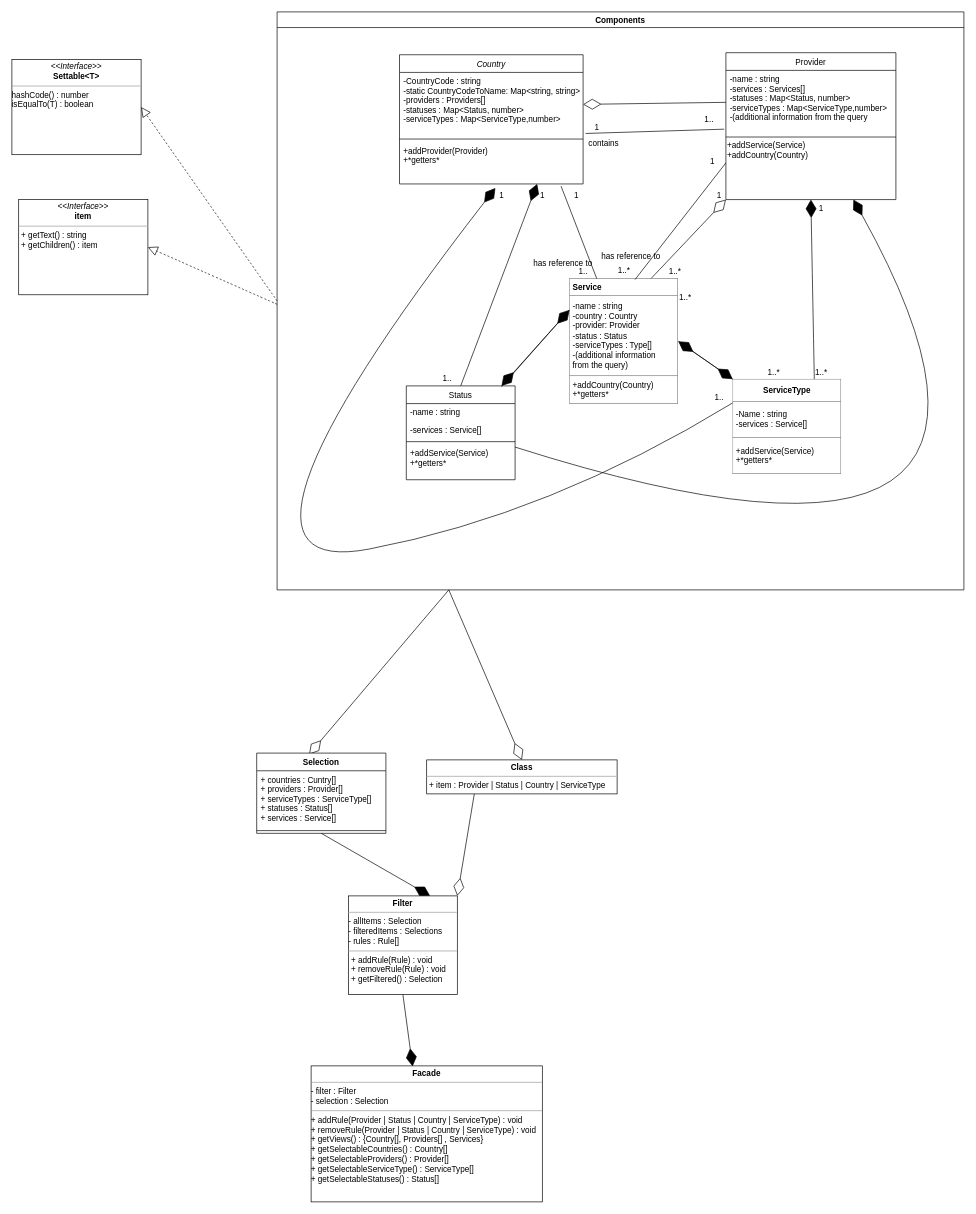
This is documentation/class design model/class model diagram.drawio from Geostartico/Trusted-list-browser, a draw.io file, before an edit. Source tidied: cells renumbered, new cells numbered last; positions are measured from the earlier drawing's top-left corner, leaving out a move shared by most shapes. Both pictures are drawn from the tidied source at 68%, with x=0, y=0 at pixel (12, 12).
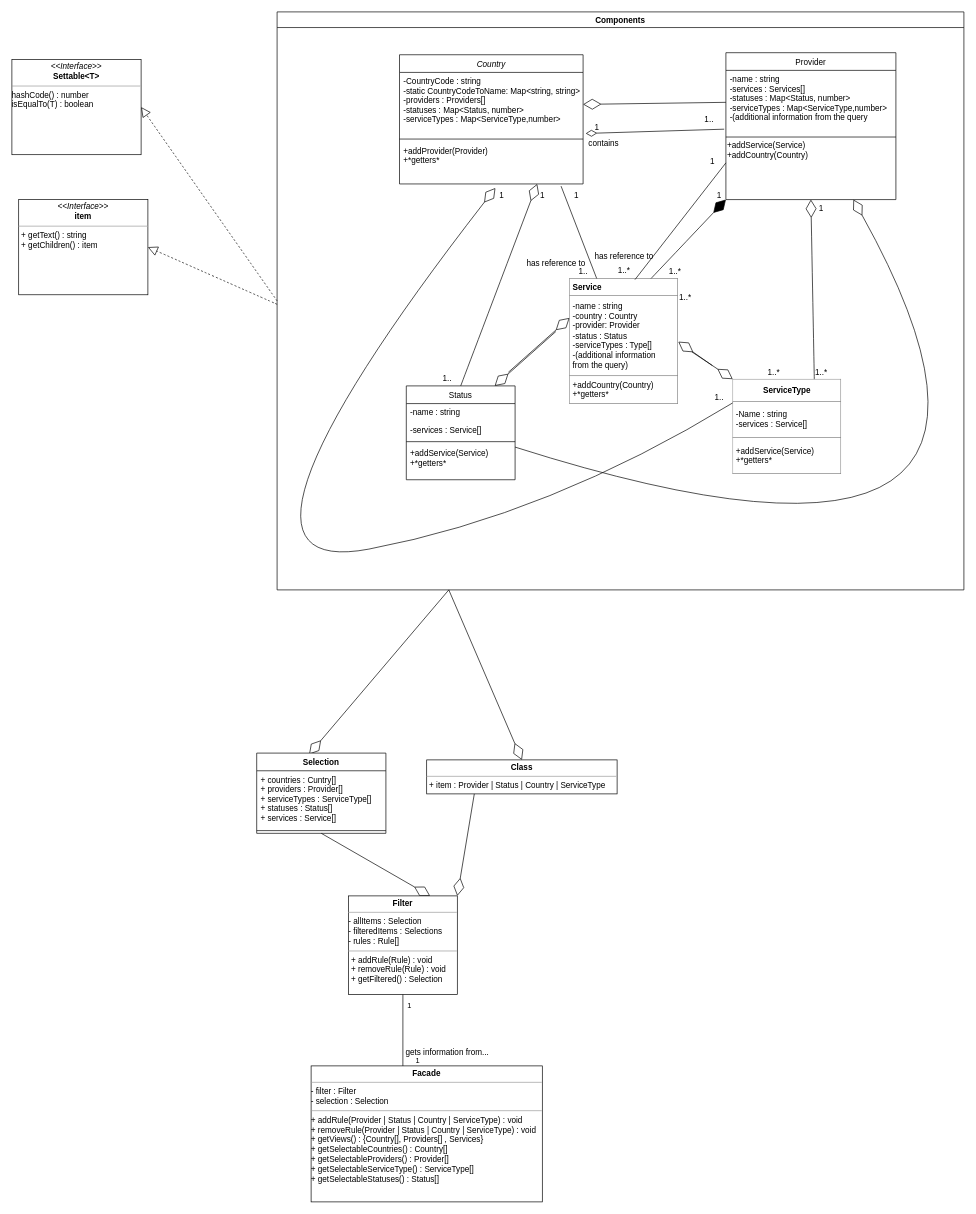
Above is the later version.

Unchanged cells that the change refers to:
```xml
<mxCell id="2" value="Country" style="swimlane;fontStyle=2;align=center;verticalAlign=top;horizontal=1;startSize=26;rounded=0;shadow=0;strokeWidth=1;" parent="1" vertex="1">
  <mxGeometry x="570" y="63" width="270" height="190" as="geometry" />
</mxCell>
<mxCell id="3" value="-CountryCode : string&#10;-static CountryCodeToName: Map&lt;string, string&gt;&#10;-providers : Providers[]&#10;-statuses : Map&lt;Status, number&gt;&#10;-serviceTypes : Map&lt;ServiceType,number&gt;&#10;&#10;" style="text;align=left;verticalAlign=top;spacingLeft=4;spacingRight=4;overflow=hidden;points=[[0,0.5],[1,0.5]];portConstraint=eastwest;" parent="2" vertex="1">
  <mxGeometry y="26" width="270" height="94" as="geometry" />
</mxCell>
<mxCell id="6" value="Status" style="swimlane;fontStyle=0;align=center;verticalAlign=top;horizontal=1;startSize=26;rounded=0;shadow=0;strokeWidth=1;" parent="1" vertex="1">
  <mxGeometry x="580" y="550" width="160" height="138" as="geometry" />
</mxCell>
<mxCell id="10" value="+addService(Service)&#10;+*getters*&#10;" style="text;align=left;verticalAlign=top;spacingLeft=4;spacingRight=4;overflow=hidden;points=[[0,0.5],[1,0.5]];portConstraint=eastwest;fontStyle=0;" parent="6" vertex="1">
  <mxGeometry y="86" width="160" height="44" as="geometry" />
</mxCell>
<mxCell id="11" value="Provider" style="swimlane;fontStyle=0;align=center;verticalAlign=top;horizontal=1;startSize=26;rounded=0;shadow=0;strokeWidth=1;" parent="1" vertex="1">
  <mxGeometry x="1050" y="60" width="250" height="216" as="geometry" />
</mxCell>
<mxCell id="12" value="-name : string &#10;-services : Services[]&#10;-statuses : Map&lt;Status, number&gt;&#10;-serviceTypes : Map&lt;ServiceType,number&gt;&#10;-(additional information from the query&#10;" style="text;align=left;verticalAlign=top;spacingLeft=4;spacingRight=4;overflow=hidden;points=[[0,0.5],[1,0.5]];portConstraint=eastwest;" parent="11" vertex="1">
  <mxGeometry y="26" width="250" height="94" as="geometry" />
</mxCell>
<mxCell id="15" value="&lt;table style=&quot;width:100%;height:100%;border-collapse:collapse;&quot; width=&quot;100%&quot; height=&quot;100%&quot; cellpadding=&quot;4&quot; border=&quot;1&quot;&gt;&lt;tbody&gt;&lt;tr&gt;&lt;th&gt;Service&lt;/th&gt;&lt;/tr&gt;&lt;tr&gt;&lt;td&gt;-name : string&lt;br&gt;-country : Country&lt;br&gt;-provider: Provider &lt;br&gt;-status : Status&lt;br&gt;-serviceTypes : Type[]&lt;br&gt;-(additional information&lt;br&gt;from the query)&lt;br&gt;&lt;/td&gt;&lt;/tr&gt;&lt;tr&gt;&lt;td&gt;+addCountry(Country)&lt;br&gt;+*getters*&lt;br&gt;&lt;/td&gt;&lt;/tr&gt;&lt;/tbody&gt;&lt;/table&gt;" style="text;html=1;strokeColor=none;fillColor=none;overflow=fill;hachureGap=4;align=left;" parent="1" vertex="1">
  <mxGeometry x="820" y="392" width="160" height="185" as="geometry" />
</mxCell>
<mxCell id="16" value="&lt;table style=&quot;width:100%;height:100%;border-collapse:collapse;&quot; width=&quot;100%&quot; height=&quot;100%&quot; cellpadding=&quot;4&quot; border=&quot;1&quot;&gt;&lt;tbody&gt;&lt;tr&gt;&lt;th align=&quot;center&quot;&gt;ServiceType&lt;br&gt;&lt;/th&gt;&lt;/tr&gt;&lt;tr&gt;&lt;td&gt;-Name : string&lt;br&gt;&lt;div align=&quot;left&quot;&gt;-services : Service[]&lt;/div&gt;&lt;/td&gt;&lt;/tr&gt;&lt;tr&gt;&lt;td&gt;+addService(Service)&lt;br&gt;+*getters*&lt;br&gt;&lt;/td&gt;&lt;/tr&gt;&lt;/tbody&gt;&lt;/table&gt;" style="text;html=1;strokeColor=none;fillColor=none;overflow=fill;hachureGap=4;" parent="1" vertex="1">
  <mxGeometry x="1060" y="540" width="160" height="140" as="geometry" />
</mxCell>
<mxCell id="22" value="1" style="text;html=1;align=center;verticalAlign=middle;points=[];strokeColor=none;fillColor=none;hachureGap=4;" parent="1" vertex="1">
  <mxGeometry x="710" y="260" width="20" height="20" as="geometry" />
</mxCell>
<mxCell id="31" value="Components" style="swimlane;hachureGap=4;startSize=23;" parent="1" vertex="1">
  <mxGeometry x="390" width="1010" height="850" as="geometry" />
</mxCell>
<mxCell id="55" value="Selection" style="swimlane;fontStyle=1;align=center;verticalAlign=top;horizontal=1;startSize=26;hachureGap=4;" parent="1" vertex="1">
  <mxGeometry x="360" y="1090" width="190" height="118" as="geometry" />
</mxCell>
<mxCell id="59" value="&lt;p style=&quot;margin:0px;margin-top:4px;text-align:center;&quot;&gt;&lt;b&gt;Filter&lt;/b&gt;&lt;br&gt;&lt;/p&gt;&lt;hr size=&quot;1&quot;&gt;&lt;div&gt;- allItems : Selection&lt;/div&gt;&lt;div&gt;- filteredItems : Selections&lt;/div&gt;&lt;div&gt;- rules : Rule[]&lt;br&gt;&lt;/div&gt;&lt;hr size=&quot;1&quot;&gt;&lt;p style=&quot;margin:0px;margin-left:4px;&quot;&gt;+ addRule(Rule) : void&lt;br&gt;&lt;/p&gt;&lt;p style=&quot;margin:0px;margin-left:4px;&quot;&gt;+ removeRule(Rule) : void&lt;/p&gt;&lt;p style=&quot;margin:0px;margin-left:4px;&quot;&gt;+ getFiltered() : Selection&lt;br&gt;&lt;/p&gt;" style="verticalAlign=top;align=left;overflow=fill;fontSize=12;fontFamily=Helvetica;html=1;hachureGap=4;" parent="1" vertex="1">
  <mxGeometry x="495" y="1300" width="160" height="145" as="geometry" />
</mxCell>
<mxCell id="63" value="&lt;p style=&quot;margin:0px;margin-top:4px;text-align:center;&quot;&gt;&lt;b&gt;Facade&lt;/b&gt;&lt;br&gt;&lt;/p&gt;&lt;hr size=&quot;1&quot;&gt;&lt;div&gt;- filter : Filter&lt;/div&gt;&lt;div&gt;- selection : Selection&lt;br&gt;&lt;/div&gt;&lt;hr size=&quot;1&quot;&gt;&lt;div&gt;+ addRule(Provider | Status | Country | ServiceType) : void&lt;br&gt;&lt;/div&gt;&lt;div&gt;+ removeRule(Provider | Status | Country | ServiceType) : void&lt;br&gt;&lt;/div&gt;&lt;div&gt;+ getViews() : {Country[], Providers[] , Services}&lt;/div&gt;&lt;div&gt;+ getSelectableCountries() : Country[]&lt;/div&gt;&lt;div&gt;&lt;div&gt;+ getSelectableProviders() : Provider[]&lt;/div&gt;&lt;div&gt;&lt;div&gt;+ getSelectableServiceType() : ServiceType[]&lt;/div&gt;&lt;div&gt;&lt;div&gt;+ getSelectableStatuses() : Status[]&lt;/div&gt;&lt;/div&gt;&lt;/div&gt;&lt;/div&gt;&lt;div&gt;&lt;br&gt; &lt;/div&gt;&lt;div&gt;&lt;br&gt;&lt;/div&gt;" style="verticalAlign=top;align=left;overflow=fill;fontSize=12;fontFamily=Helvetica;html=1;hachureGap=4;" parent="1" vertex="1">
  <mxGeometry x="440" y="1550" width="340" height="200" as="geometry" />
</mxCell>
```

What changed in the source:
```diff
@@
-    <mxCell id="17" style="endArrow=diamondThin;endFill=0;endSize=24;html=1;rounded=0;sourcePerimeterSpacing=8;targetPerimeterSpacing=8;curved=1;entryX=0;entryY=1;entryDx=0;entryDy=0;exitX=0.75;exitY=0;exitDx=0;exitDy=0;" parent="1" edge="1" source="15" target="11">
+    <mxCell id="17" style="endArrow=diamondThin;endFill=1;endSize=24;html=1;rounded=0;sourcePerimeterSpacing=8;targetPerimeterSpacing=8;curved=1;entryX=0;entryY=1;entryDx=0;entryDy=0;exitX=0.75;exitY=0;exitDx=0;exitDy=0;" parent="1" edge="1" source="15" target="11">
       <mxGeometry relative="1" as="geometry" />
     </mxCell>
@@
-    <mxCell id="23" style="endArrow=diamondThin;endFill=1;endSize=24;html=1;rounded=0;sourcePerimeterSpacing=8;targetPerimeterSpacing=8;curved=1;entryX=0.05;entryY=-0.05;entryDx=0;entryDy=0;exitX=0;exitY=0.25;exitDx=0;exitDy=0;entryPerimeter=0;" parent="1" edge="1" source="16" target="22">
+    <mxCell id="23" style="endArrow=diamondThin;endFill=0;endSize=24;html=1;rounded=0;sourcePerimeterSpacing=8;targetPerimeterSpacing=8;curved=1;entryX=0.05;entryY=-0.05;entryDx=0;entryDy=0;exitX=0;exitY=0.25;exitDx=0;exitDy=0;entryPerimeter=0;" parent="1" edge="1" source="16" target="22">
       <mxGeometry relative="1" as="geometry">
         <Array as="points">
           <mxPoint x="790" y="740" />
           <mxPoint x="260" y="840" />
         </Array>
       </mxGeometry>
     </mxCell>
-    <mxCell id="24" style="endArrow=diamondThin;endFill=1;endSize=24;html=1;rounded=0;sourcePerimeterSpacing=8;targetPerimeterSpacing=8;curved=1;entryX=0.75;entryY=1;entryDx=0;entryDy=0;exitX=0.5;exitY=0;exitDx=0;exitDy=0;" parent="1" edge="1" source="6" target="2">
+    <mxCell id="24" style="endArrow=diamondThin;endFill=0;endSize=24;html=1;rounded=0;sourcePerimeterSpacing=8;targetPerimeterSpacing=8;curved=1;entryX=0.75;entryY=1;entryDx=0;entryDy=0;exitX=0.5;exitY=0;exitDx=0;exitDy=0;" parent="1" edge="1" source="6" target="2">
       <mxGeometry relative="1" as="geometry" />
     </mxCell>
@@
-    <mxCell id="27" style="endArrow=diamondThin;endFill=1;endSize=24;html=1;rounded=0;sourcePerimeterSpacing=8;targetPerimeterSpacing=8;curved=1;entryX=0.5;entryY=1;entryDx=0;entryDy=0;exitX=0.75;exitY=0;exitDx=0;exitDy=0;" parent="1" edge="1" source="16" target="11">
+    <mxCell id="27" style="endArrow=diamondThin;endFill=0;endSize=24;html=1;rounded=0;sourcePerimeterSpacing=8;targetPerimeterSpacing=8;curved=1;entryX=0.5;entryY=1;entryDx=0;entryDy=0;exitX=0.75;exitY=0;exitDx=0;exitDy=0;" parent="1" edge="1" source="16" target="11">
       <mxGeometry relative="1" as="geometry" />
     </mxCell>
@@
-    <mxCell id="30" style="endArrow=diamondThin;endFill=1;endSize=24;html=1;rounded=0;sourcePerimeterSpacing=8;targetPerimeterSpacing=8;curved=1;exitX=1;exitY=0.091;exitDx=0;exitDy=0;exitPerimeter=0;entryX=0.75;entryY=1;entryDx=0;entryDy=0;" parent="1" edge="1" source="10" target="11">
+    <mxCell id="30" style="endArrow=diamondThin;endFill=0;endSize=24;html=1;rounded=0;sourcePerimeterSpacing=8;targetPerimeterSpacing=8;curved=1;exitX=1;exitY=0.091;exitDx=0;exitDy=0;exitPerimeter=0;entryX=0.75;entryY=1;entryDx=0;entryDy=0;" parent="1" edge="1" source="10" target="11">
       <mxGeometry relative="1" as="geometry">
         <Array as="points">
           <mxPoint x="1590" y="910" />
         </Array>
       </mxGeometry>
     </mxCell>
@@
     <mxCell id="35" value="has reference to" style="text;html=1;align=center;verticalAlign=middle;strokeColor=none;fillColor=none;hachureGap=4;" parent="31" vertex="1">
-      <mxGeometry x="370" y="360" width="100" height="20" as="geometry" />
+      <mxGeometry x="360" y="360" width="100" height="20" as="geometry" />
     </mxCell>
     <mxCell id="36" value="has reference to" style="text;html=1;align=center;verticalAlign=middle;strokeColor=none;fillColor=none;hachureGap=4;" parent="31" vertex="1">
-      <mxGeometry x="470" y="350" width="100" height="20" as="geometry" />
+      <mxGeometry x="460" y="350" width="100" height="20" as="geometry" />
     </mxCell>
@@
-    <mxCell id="42" style="endArrow=none;html=1;rounded=0;startSize=14;endSize=14;sourcePerimeterSpacing=8;targetPerimeterSpacing=8;entryX=-0.01;entryY=0.92;entryDx=0;entryDy=0;entryPerimeter=0;exitX=1.014;exitY=0.955;exitDx=0;exitDy=0;exitPerimeter=0;" parent="1" edge="1" source="3" target="12">
-      <mxGeometry relative="1" as="geometry" />
-    </mxCell>
@@
-    <mxCell id="50" style="endArrow=diamondThin;endFill=1;endSize=24;html=1;rounded=0;sourcePerimeterSpacing=8;targetPerimeterSpacing=8;entryX=0;entryY=0;entryDx=0;entryDy=0;exitX=1;exitY=0.5;exitDx=0;exitDy=0;" parent="1" edge="1" source="15" target="16">
-      <mxGeometry relative="1" as="geometry" />
+    <mxCell id="50" style="endArrow=diamondThin;endFill=0;endSize=24;html=1;rounded=0;sourcePerimeterSpacing=8;targetPerimeterSpacing=8;entryX=0;entryY=0;entryDx=0;entryDy=0;" parent="1" edge="1" target="16">
+      <mxGeometry relative="1" as="geometry">
+        <mxPoint x="1000" y="500" as="sourcePoint" />
+      </mxGeometry>
     </mxCell>
-    <mxCell id="51" style="endArrow=diamondThin;endFill=1;endSize=24;html=1;rounded=0;sourcePerimeterSpacing=8;targetPerimeterSpacing=8;entryX=1;entryY=0.5;entryDx=0;entryDy=0;exitX=0;exitY=0;exitDx=0;exitDy=0;" parent="1" edge="1" source="16" target="15">
-      <mxGeometry relative="1" as="geometry" />
+    <mxCell id="51" style="endArrow=diamondThin;endFill=0;endSize=24;html=1;rounded=0;sourcePerimeterSpacing=8;targetPerimeterSpacing=8;" parent="1" edge="1">
+      <mxGeometry relative="1" as="geometry">
+        <mxPoint x="1030" y="520" as="sourcePoint" />
+        <mxPoint x="980" y="485" as="targetPoint" />
+      </mxGeometry>
     </mxCell>
-    <mxCell id="52" style="endArrow=diamondThin;endFill=1;endSize=24;html=1;rounded=0;sourcePerimeterSpacing=8;targetPerimeterSpacing=8;entryX=0;entryY=0.25;entryDx=0;entryDy=0;exitX=0.875;exitY=0.009;exitDx=0;exitDy=0;exitPerimeter=0;" parent="1" edge="1" source="6" target="15">
-      <mxGeometry relative="1" as="geometry" />
+    <mxCell id="52" style="endArrow=diamondThin;endFill=;endSize=24;html=1;rounded=0;sourcePerimeterSpacing=8;targetPerimeterSpacing=8;entryX=0;entryY=0.314;entryDx=0;entryDy=0;entryPerimeter=0;" parent="1" edge="1" target="15">
+      <mxGeometry relative="1" as="geometry">
+        <mxPoint x="730" y="530" as="sourcePoint" />
+      </mxGeometry>
     </mxCell>
-    <mxCell id="53" style="endArrow=diamondThin;endFill=1;endSize=24;html=1;rounded=0;sourcePerimeterSpacing=8;targetPerimeterSpacing=8;exitX=0;exitY=0.25;exitDx=0;exitDy=0;" parent="1" edge="1" source="15">
+    <mxCell id="53" style="endArrow=diamondThin;endFill=0;endSize=24;html=1;rounded=0;sourcePerimeterSpacing=8;targetPerimeterSpacing=8;" parent="1" edge="1">
       <mxGeometry relative="1" as="geometry">
-        <mxPoint x="720" y="550" as="targetPoint" />
+        <mxPoint x="800" y="470" as="sourcePoint" />
+        <mxPoint x="710" y="550" as="targetPoint" />
       </mxGeometry>
     </mxCell>
@@
-    <mxCell id="58" style="endArrow=diamondThin;endFill=1;endSize=24;html=1;rounded=0;sourcePerimeterSpacing=8;targetPerimeterSpacing=8;exitX=0.5;exitY=1;exitDx=0;exitDy=0;entryX=0.75;entryY=0;entryDx=0;entryDy=0;" parent="1" edge="1" source="55" target="59">
+    <mxCell id="58" style="endArrow=diamondThin;endFill=0;endSize=24;html=1;rounded=0;sourcePerimeterSpacing=8;targetPerimeterSpacing=8;exitX=0.5;exitY=1;exitDx=0;exitDy=0;entryX=0.75;entryY=0;entryDx=0;entryDy=0;" parent="1" edge="1" source="55" target="59">
       <mxGeometry relative="1" as="geometry" />
     </mxCell>
@@
-    <mxCell id="64" style="endArrow=diamondThin;endFill=1;endSize=24;html=1;rounded=0;sourcePerimeterSpacing=8;targetPerimeterSpacing=8;entryX=0.439;entryY=0.004;entryDx=0;entryDy=0;entryPerimeter=0;exitX=0.5;exitY=1;exitDx=0;exitDy=0;" parent="1" edge="1" source="59" target="63">
+    <mxCell id="64" style="endArrow=none;html=1;edgeStyle=orthogonalEdgeStyle;rounded=0;exitX=0.5;exitY=1;exitDx=0;exitDy=0;entryX=0.397;entryY=0;entryDx=0;entryDy=0;entryPerimeter=0;" parent="1" edge="1" source="59" target="63">
       <mxGeometry relative="1" as="geometry" />
     </mxCell>
+    <mxCell id="65" value="1" style="edgeLabel;html=1;align=left;verticalAlign=bottom;" parent="64" vertex="1">
+      <mxGeometry x="-1" relative="1" as="geometry">
+        <mxPoint x="5" y="25" as="offset" />
+      </mxGeometry>
+    </mxCell>
+    <mxCell id="66" value="1" style="edgeLabel;html=1;align=right;verticalAlign=bottom;" parent="64" vertex="1">
+      <mxGeometry x="1" relative="1" as="geometry">
+        <mxPoint x="25" as="offset" />
+      </mxGeometry>
+    </mxCell>
+    <mxCell id="67" value="gets information from..." style="text;html=1;align=center;verticalAlign=middle;strokeColor=none;fillColor=none;" parent="1" vertex="1">
+      <mxGeometry x="570" y="1520" width="140" height="20" as="geometry" />
+    </mxCell>
+    <mxCell id="42" style="endArrow=diamondThin;endFill=0;html=1;rounded=0;startSize=14;endSize=14;sourcePerimeterSpacing=8;targetPerimeterSpacing=8;entryX=1.014;entryY=0.955;entryDx=0;entryDy=0;entryPerimeter=0;exitX=-0.01;exitY=0.92;exitDx=0;exitDy=0;exitPerimeter=0;" parent="1" edge="1" source="12" target="3">
+      <mxGeometry relative="1" as="geometry" />
+    </mxCell>
```
